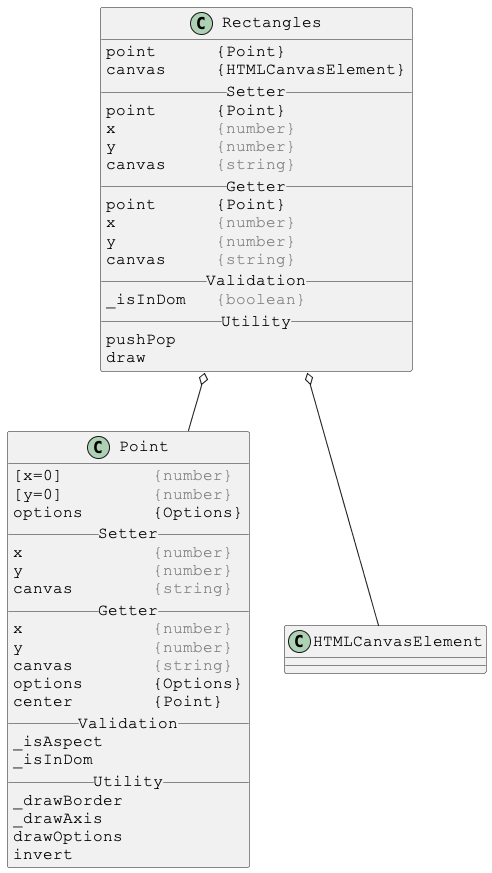
The PlantUML diagram docs/PlantUml/images/linked/Rectangles-linked.png in Justin-Byrne/canvasLab, before a commit.
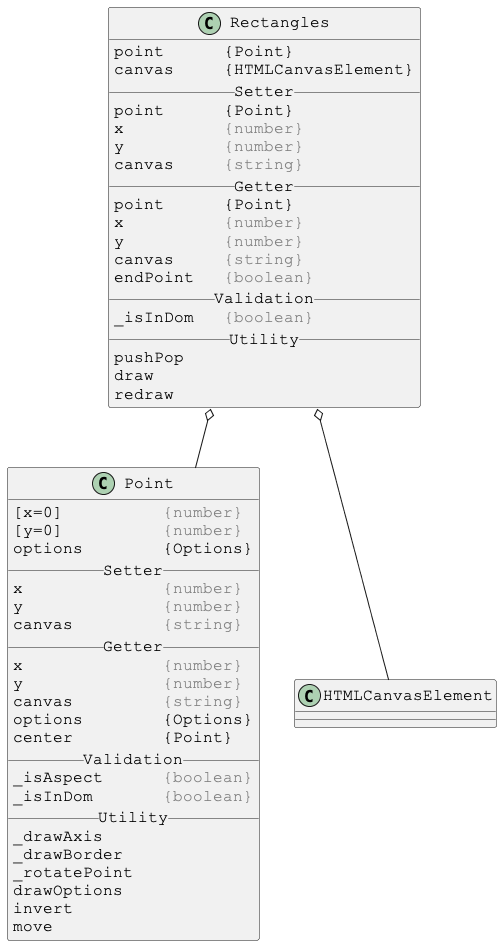
The same file after the commit.

What changed in the source:
```diff
@@ -16,11 +16,13 @@
 x          <color:gray>{number}</color>
 y          <color:gray>{number}</color>
 canvas     <color:gray>{string}</color>
+endPoint   <color:gray>{boolean}</color>
 __ Validation __
 _isInDom   <color:gray>{boolean}</color>
 __ Utility __
 pushPop
 draw
+redraw
 }
 
 Rectangles o-- Point
@@ -32,27 +34,29 @@
 skinparam DefaultFontName Courier New
 
 class Point {
-[x=0]         <color:gray>{number}</color>
-[y=0]         <color:gray>{number}</color>
-options       {Options}
+[x=0]          <color:gray>{number}</color>
+[y=0]          <color:gray>{number}</color>
+options        {Options}
 __ Setter __
-x             <color:gray>{number}</color>
-y             <color:gray>{number}</color>
-canvas        <color:gray>{string}</color>
+x              <color:gray>{number}</color>
+y              <color:gray>{number}</color>
+canvas         <color:gray>{string}</color>
 __ Getter __
-x             <color:gray>{number}</color>
-y             <color:gray>{number}</color>
-canvas        <color:gray>{string}</color>
-options       {Options}
-center        {Point}
+x              <color:gray>{number}</color>
+y              <color:gray>{number}</color>
+canvas         <color:gray>{string}</color>
+options        {Options}
+center         {Point}
 __ Validation __
-_isAspect
-_isInDom
+_isAspect      <color:gray>{boolean}</color>
+_isInDom       <color:gray>{boolean}</color>
 __ Utility __
+_drawAxis
 _drawBorder
-_drawAxis
+_rotatePoint
 drawOptions
 invert
+move
 }
 
 @enduml
```
